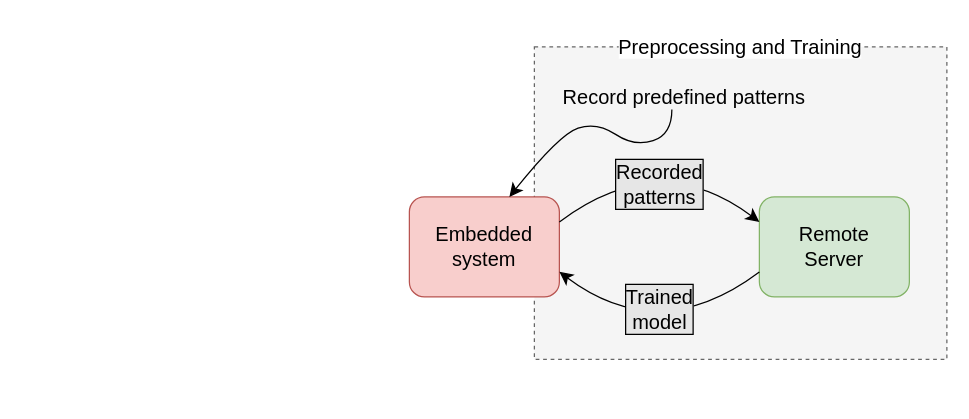
Above: IoS2023/ios_flowchart.drawio in ns2max/drawio_figures (draw.io), before the change. Source tidied: cells renumbered, new cells numbered last; positions are measured from the earlier drawing's top-left corner, leaving out a move shared by most shapes. Both pictures are drawn from the tidied source at 125%, with x=0, y=0 at pixel (409, 34).
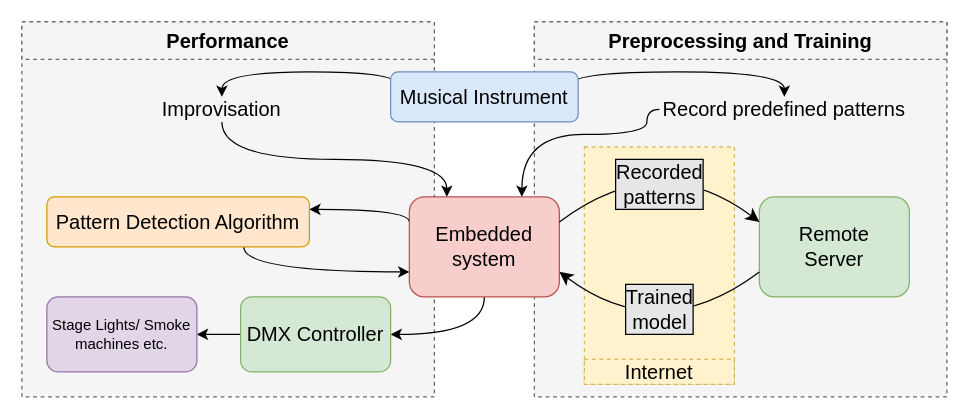
After the change.

Unchanged cells that the change refers to:
```xml
<mxCell id="3" value="Embedded system" style="rounded=1;whiteSpace=wrap;html=1;fontSize=16;fillColor=#f8cecc;strokeColor=#b85450;" parent="1" vertex="1">
  <mxGeometry y="130" width="120" height="80" as="geometry" />
</mxCell>
```

Diff of the diagram source:
```diff
@@
+    <mxCell id="11" style="rounded=0;whiteSpace=wrap;html=1;fontSize=16;dashed=1;fillColor=#f5f5f5;fontColor=#333333;strokeColor=#666666;" parent="1" vertex="1">
+      <mxGeometry x="-310" y="-10" width="330" height="300" as="geometry" />
+    </mxCell>
     <mxCell id="2" style="rounded=0;whiteSpace=wrap;html=1;fontSize=16;dashed=1;fillColor=#f5f5f5;fontColor=#333333;strokeColor=#666666;" parent="1" vertex="1">
-      <mxGeometry x="100" y="10" width="330" height="250" as="geometry" />
+      <mxGeometry x="100" y="-10" width="330" height="300" as="geometry" />
     </mxCell>
+    <mxCell id="12" style="rounded=0;whiteSpace=wrap;html=1;dashed=1;fillColor=#fff2cc;strokeColor=#d6b656;" parent="1" vertex="1">
+      <mxGeometry x="140" y="90" width="120" height="190" as="geometry" />
+    </mxCell>
+    <mxCell id="13" style="edgeStyle=orthogonalEdgeStyle;jettySize=auto;html=1;exitX=0;exitY=0.25;exitDx=0;exitDy=0;entryX=1;entryY=0.25;entryDx=0;entryDy=0;curved=1;" parent="1" edge="1" source="3" target="25">
+      <mxGeometry relative="1" as="geometry">
+        <Array as="points">
+          <mxPoint y="140" />
+        </Array>
+      </mxGeometry>
+    </mxCell>
+    <mxCell id="14" style="edgeStyle=orthogonalEdgeStyle;jettySize=auto;html=1;exitX=0.5;exitY=1;exitDx=0;exitDy=0;curved=1;" parent="1" edge="1" source="3" target="27">
+      <mxGeometry relative="1" as="geometry" />
+    </mxCell>
@@
+    <mxCell id="15" style="edgeStyle=orthogonalEdgeStyle;jettySize=auto;html=1;exitX=0;exitY=0.5;exitDx=0;exitDy=0;entryX=0.75;entryY=0;entryDx=0;entryDy=0;curved=1;" parent="1" edge="1" source="8" target="3">
+      <mxGeometry relative="1" as="geometry">
+        <Array as="points">
+          <mxPoint x="190" y="60" />
+          <mxPoint x="190" y="80" />
+          <mxPoint x="90" y="80" />
+        </Array>
+      </mxGeometry>
+    </mxCell>
     <mxCell id="8" value="Record predefined patterns" style="text;html=1;strokeColor=none;fillColor=none;align=center;verticalAlign=middle;whiteSpace=wrap;rounded=0;fontSize=16;rotation=0;" parent="1" vertex="1">
-      <mxGeometry x="120" y="40" width="200" height="20" as="geometry" />
+      <mxGeometry x="200" y="50" width="200" height="20" as="geometry" />
     </mxCell>
-    <mxCell id="9" style="curved=1;endArrow=classic;html=1;rounded=0;fontSize=12;startSize=8;endSize=8;entryX=0.75;entryY=0;entryDx=0;entryDy=0;exitX=0.5;exitY=1;exitDx=0;exitDy=0;" parent="1" edge="1">
-      <mxGeometry relative="1" as="geometry">
-        <mxPoint x="210" y="60" as="sourcePoint" />
-        <mxPoint x="80" y="130" as="targetPoint" />
-        <Array as="points">
-          <mxPoint x="210" y="80" />
-          <mxPoint x="180" y="90" />
-          <mxPoint x="150" y="70" />
-          <mxPoint x="120" y="80" />
-        </Array>
-      </mxGeometry>
-    </mxCell>
+    <mxCell id="16" style="rounded=0;whiteSpace=wrap;html=1;fontSize=16;dashed=1;fillColor=#f5f5f5;fontColor=#333333;strokeColor=#666666;" parent="1" vertex="1">
+      <mxGeometry x="100" y="-10" width="330" height="30" as="geometry" />
+    </mxCell>
-    <mxCell id="10" value="Preprocessing and Training" style="text;html=1;strokeColor=none;fillColor=none;align=center;verticalAlign=middle;whiteSpace=wrap;rounded=0;fontSize=16;labelBackgroundColor=default;" parent="1" vertex="1">
-      <mxGeometry x="165" width="200" height="20" as="geometry" />
+    <mxCell id="10" value="&lt;b&gt;Preprocessing and Training&lt;/b&gt;" style="text;html=1;strokeColor=none;fillColor=none;align=center;verticalAlign=middle;whiteSpace=wrap;rounded=0;fontSize=16;labelBackgroundColor=none;" parent="1" vertex="1">
+      <mxGeometry x="100" y="-5" width="330" height="20" as="geometry" />
     </mxCell>
+    <mxCell id="17" style="edgeStyle=orthogonalEdgeStyle;jettySize=auto;html=1;exitX=1;exitY=0.5;exitDx=0;exitDy=0;entryX=0.5;entryY=0;entryDx=0;entryDy=0;curved=1;" parent="1" edge="1" source="19" target="8">
+      <mxGeometry relative="1" as="geometry">
+        <Array as="points">
+          <mxPoint x="130" y="50" />
+          <mxPoint x="130" y="30" />
+          <mxPoint x="300" y="30" />
+        </Array>
+      </mxGeometry>
+    </mxCell>
+    <mxCell id="18" style="edgeStyle=orthogonalEdgeStyle;jettySize=auto;html=1;exitX=0;exitY=0.5;exitDx=0;exitDy=0;entryX=0.5;entryY=0;entryDx=0;entryDy=0;curved=1;" parent="1" edge="1" source="19" target="21">
+      <mxGeometry relative="1" as="geometry">
+        <Array as="points">
+          <mxPoint x="-10" y="50" />
+          <mxPoint x="-10" y="30" />
+          <mxPoint x="-150" y="30" />
+        </Array>
+      </mxGeometry>
+    </mxCell>
+    <mxCell id="19" value="&lt;font style=&quot;font-size: 16px;&quot;&gt;Musical Instrument&lt;/font&gt;" style="rounded=1;whiteSpace=wrap;html=1;fillColor=#dae8fc;strokeColor=#6c8ebf;" parent="1" vertex="1">
+      <mxGeometry x="-15" y="30" width="150" height="40" as="geometry" />
+    </mxCell>
+    <mxCell id="20" style="edgeStyle=orthogonalEdgeStyle;jettySize=auto;html=1;entryX=0.25;entryY=0;entryDx=0;entryDy=0;exitX=0.5;exitY=1;exitDx=0;exitDy=0;curved=1;" parent="1" edge="1" source="21" target="3">
+      <mxGeometry relative="1" as="geometry" />
+    </mxCell>
+    <mxCell id="21" value="Improvisation" style="text;html=1;strokeColor=none;fillColor=none;align=center;verticalAlign=middle;whiteSpace=wrap;rounded=0;fontSize=16;rotation=0;" parent="1" vertex="1">
+      <mxGeometry x="-250" y="50" width="200" height="20" as="geometry" />
+    </mxCell>
+    <mxCell id="22" style="rounded=0;whiteSpace=wrap;html=1;dashed=1;fillColor=#fff2cc;strokeColor=#d6b656;" parent="1" vertex="1">
+      <mxGeometry x="140" y="260" width="120" height="20" as="geometry" />
+    </mxCell>
+    <mxCell id="23" value="Internet" style="text;html=1;strokeColor=none;fillColor=none;align=center;verticalAlign=middle;whiteSpace=wrap;rounded=0;fontSize=16;labelBackgroundColor=none;" parent="1" vertex="1">
+      <mxGeometry x="140" y="260" width="120" height="20" as="geometry" />
+    </mxCell>
+    <mxCell id="24" style="edgeStyle=orthogonalEdgeStyle;jettySize=auto;html=1;exitX=0.75;exitY=1;exitDx=0;exitDy=0;entryX=0;entryY=0.75;entryDx=0;entryDy=0;curved=1;" parent="1" edge="1" source="25" target="3">
+      <mxGeometry relative="1" as="geometry" />
+    </mxCell>
+    <mxCell id="25" value="&lt;font style=&quot;font-size: 16px;&quot;&gt;Pattern Detection Algorithm&lt;/font&gt;" style="rounded=1;whiteSpace=wrap;html=1;fillColor=#ffe6cc;strokeColor=#d79b00;" parent="1" vertex="1">
+      <mxGeometry x="-290" y="130" width="210" height="40" as="geometry" />
+    </mxCell>
+    <mxCell id="26" style="edgeStyle=orthogonalEdgeStyle;rounded=0;jettySize=auto;html=1;exitX=0;exitY=0.5;exitDx=0;exitDy=0;entryX=1;entryY=0.5;entryDx=0;entryDy=0;" parent="1" edge="1" source="27" target="28">
+      <mxGeometry relative="1" as="geometry" />
+    </mxCell>
+    <mxCell id="27" value="&lt;font style=&quot;font-size: 16px;&quot;&gt;DMX Controller&lt;/font&gt;" style="rounded=1;whiteSpace=wrap;html=1;fillColor=#d5e8d4;strokeColor=#82b366;" parent="1" vertex="1">
+      <mxGeometry x="-135" y="210" width="120" height="60" as="geometry" />
+    </mxCell>
+    <mxCell id="28" value="Stage Lights/ Smoke machines etc." style="rounded=1;whiteSpace=wrap;html=1;fillColor=#e1d5e7;strokeColor=#9673a6;" parent="1" vertex="1">
+      <mxGeometry x="-290" y="210" width="120" height="60" as="geometry" />
+    </mxCell>
+    <mxCell id="29" style="rounded=0;whiteSpace=wrap;html=1;fontSize=16;dashed=1;fillColor=#f5f5f5;fontColor=#333333;strokeColor=#666666;" parent="1" vertex="1">
+      <mxGeometry x="-310" y="-10" width="330" height="30" as="geometry" />
+    </mxCell>
+    <mxCell id="30" value="&lt;b&gt;Performance&lt;/b&gt;" style="text;html=1;strokeColor=none;fillColor=none;align=center;verticalAlign=middle;whiteSpace=wrap;rounded=0;fontSize=16;labelBackgroundColor=none;" parent="1" vertex="1">
+      <mxGeometry x="-310" y="-5" width="330" height="20" as="geometry" />
+    </mxCell>
```
